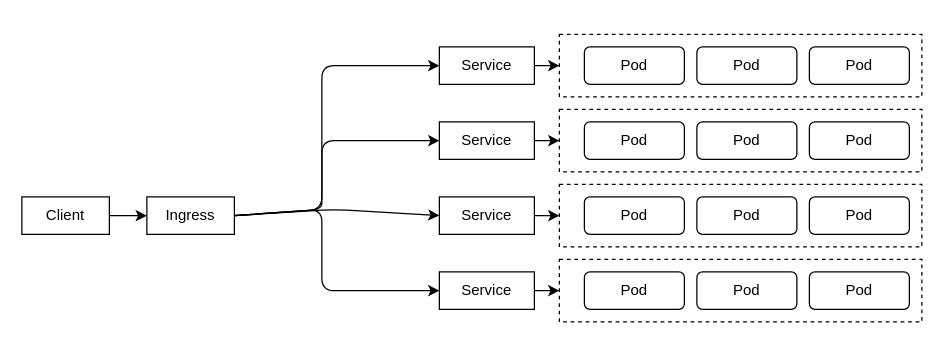
Above: draw.io/Services.drawio in shailensukul/CKA (draw.io), before the change. Source tidied: cells renumbered, new cells numbered last; positions are measured from the earlier drawing's top-left corner, leaving out a move shared by most shapes. Both pictures are drawn from the tidied source at 125%, with x=0, y=0 at pixel (21, 34).
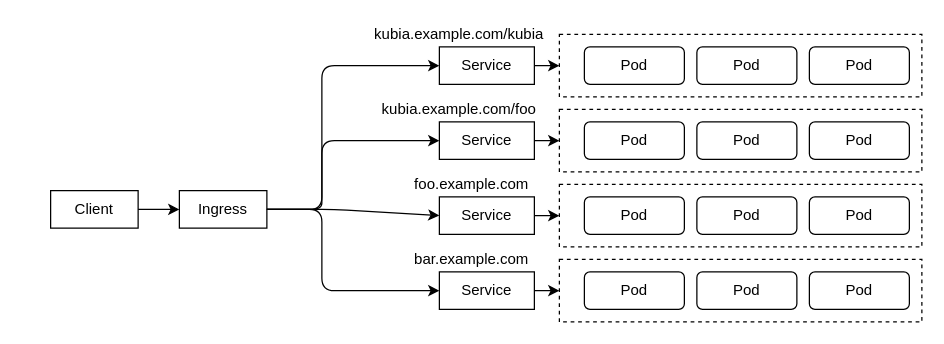
After the change.

What changed in the source:
```diff
@@
     <mxCell id="3" value="Client" style="rounded=0;whiteSpace=wrap;html=1;" parent="1" vertex="1">
-      <mxGeometry y="130" width="70" height="30" as="geometry" />
+      <mxGeometry x="23" y="125" width="70" height="30" as="geometry" />
     </mxCell>
     <mxCell id="4" value="Ingress" style="rounded=0;whiteSpace=wrap;html=1;" parent="1" vertex="1">
-      <mxGeometry x="100" y="130" width="70" height="30" as="geometry" />
+      <mxGeometry x="126" y="125" width="70" height="30" as="geometry" />
     </mxCell>
-    <mxCell id="5" style="endArrow=classic;html=1;exitX=1;exitY=0.5;exitDx=0;exitDy=0;entryX=0;entryY=0.5;entryDx=0;entryDy=0;" parent="1" edge="1" source="3" target="4">
-      <mxGeometry relative="1" as="geometry" />
-    </mxCell>
@@
+    <mxCell id="33" value="kubia.example.com/kubia" style="text;html=1;strokeColor=none;fillColor=none;align=center;verticalAlign=middle;whiteSpace=wrap;rounded=0;dashed=1;" parent="1" vertex="1">
+      <mxGeometry x="300" y="-10" width="100" height="20" as="geometry" />
+    </mxCell>
+    <mxCell id="34" value="kubia.example.com/foo" style="text;html=1;strokeColor=none;fillColor=none;align=center;verticalAlign=middle;whiteSpace=wrap;rounded=0;dashed=1;" parent="1" vertex="1">
+      <mxGeometry x="300" y="50" width="100" height="20" as="geometry" />
+    </mxCell>
+    <mxCell id="35" value="foo.example.com" style="text;html=1;strokeColor=none;fillColor=none;align=center;verticalAlign=middle;whiteSpace=wrap;rounded=0;dashed=1;" parent="1" vertex="1">
+      <mxGeometry x="310" y="110" width="100" height="20" as="geometry" />
+    </mxCell>
+    <mxCell id="36" value="bar.example.com" style="text;html=1;strokeColor=none;fillColor=none;align=center;verticalAlign=middle;whiteSpace=wrap;rounded=0;dashed=1;" parent="1" vertex="1">
+      <mxGeometry x="310" y="170" width="100" height="20" as="geometry" />
+    </mxCell>
+    <mxCell id="5" style="endArrow=classic;html=1;exitX=1;exitY=0.5;exitDx=0;exitDy=0;entryX=0;entryY=0.5;entryDx=0;entryDy=0;" parent="1" edge="1" source="3" target="4">
+      <mxGeometry relative="1" as="geometry" />
+    </mxCell>
```
